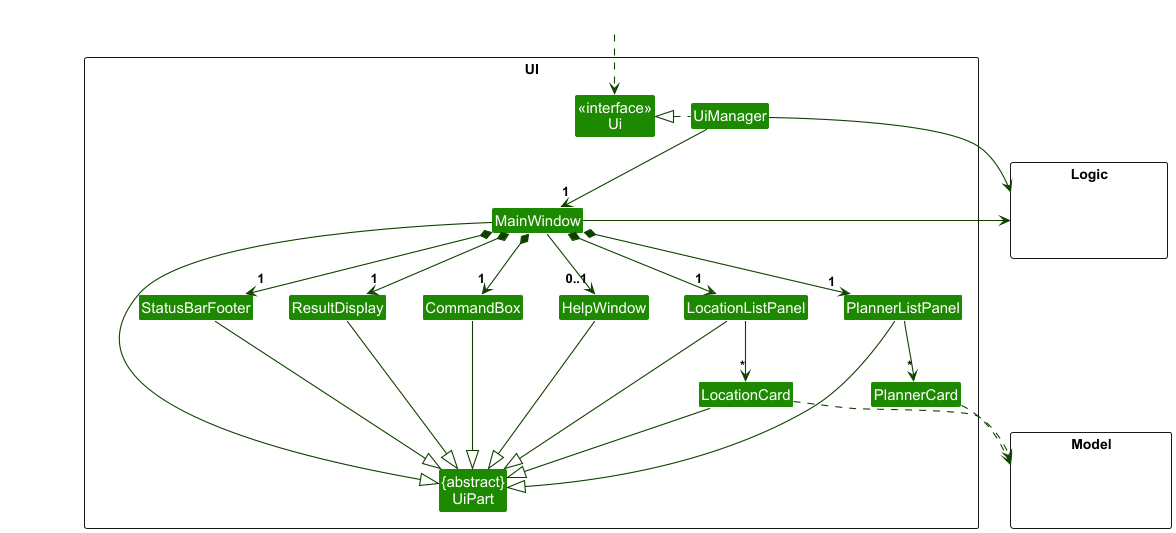
The PlantUML diagram docs/images/UiClassDiagram.png in TacoTako/tp, before a commit. Its diagram source:
```plantuml
@startuml
!include style.puml
skinparam arrowThickness 1.1
skinparam arrowColor UI_COLOR_T4
skinparam classBackgroundColor UI_COLOR

package UI <<Rectangle>>{
Class "<<interface>>\nUi" as Ui
Class "{abstract}\nUiPart" as UiPart
Class UiManager
Class MainWindow
Class HelpWindow
Class ResultDisplay
Class LocationListPanel
Class LocationCard
Class StatusBarFooter
Class CommandBox
Class PlannerCard
Class PlannerListPanel
}

package Model <<Rectangle>> {
Class HiddenModel #FFFFFF
}

package Logic <<Rectangle>> {
Class HiddenLogic #FFFFFF
}

Class HiddenOutside #FFFFFF
HiddenOutside ..> Ui

UiManager .left.|> Ui
UiManager -down-> "1" MainWindow
MainWindow *-down->  "1" CommandBox
MainWindow *-down-> "1" ResultDisplay
MainWindow *-down-> "1" LocationListPanel
MainWindow *-down-> "1" PlannerListPanel
MainWindow *-down-> "1" StatusBarFooter
MainWindow --> "0..1" HelpWindow

LocationListPanel -down-> "*" LocationCard
PlannerListPanel -down-> "*" PlannerCard

MainWindow -left-|> UiPart

ResultDisplay --|> UiPart
CommandBox --|> UiPart
LocationListPanel --|> UiPart
PlannerListPanel --|> UiPart
LocationCard --|> UiPart
StatusBarFooter --|> UiPart
HelpWindow --|> UiPart

LocationCard ..> Model
PlannerCard ..> Model
UiManager -right-> Logic
MainWindow -left-> Logic

PlannerListPanel -[hidden]left- HelpWindow
LocationListPanel -[hidden]left- HelpWindow
HelpWindow -[hidden]left- CommandBox
CommandBox -[hidden]left- ResultDisplay
ResultDisplay -[hidden]left- StatusBarFooter

MainWindow -[hidden]-|> UiPart
@enduml
```
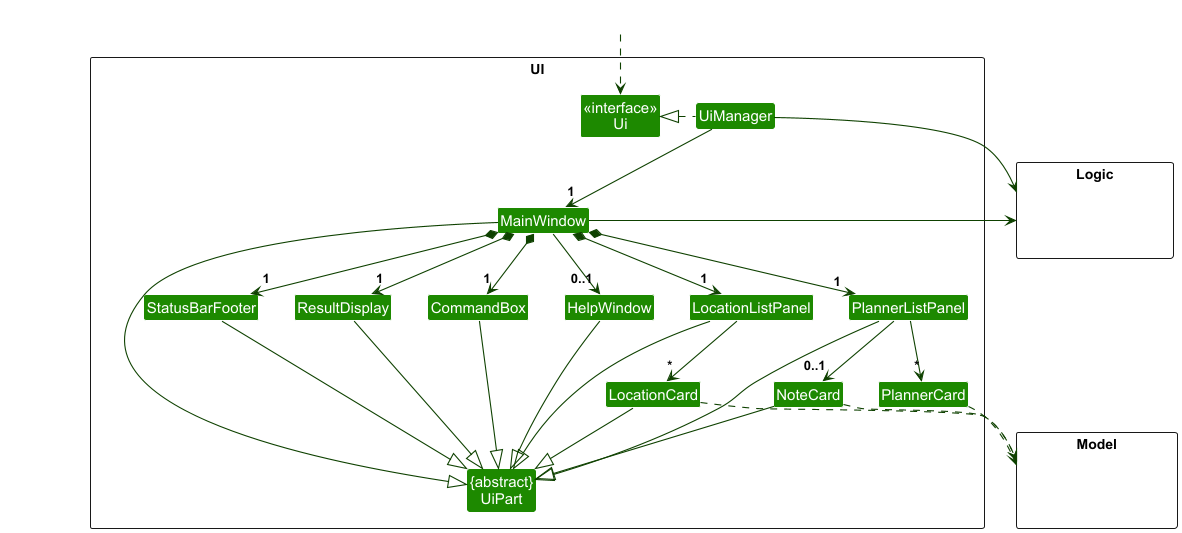
The same diagram one commit later.

The edit, as a diff of the source:
```diff
@@ -16,6 +16,7 @@
 Class StatusBarFooter
 Class CommandBox
 Class PlannerCard
+Class NoteCard
 Class PlannerListPanel
 }
 
@@ -41,6 +42,7 @@
 
 LocationListPanel -down-> "*" LocationCard
 PlannerListPanel -down-> "*" PlannerCard
+PlannerListPanel -down-> "0..1" NoteCard
 
 MainWindow -left-|> UiPart
 
@@ -49,11 +51,13 @@
 LocationListPanel --|> UiPart
 PlannerListPanel --|> UiPart
 LocationCard --|> UiPart
+NoteCard --|> UiPart
 StatusBarFooter --|> UiPart
 HelpWindow --|> UiPart
 
 LocationCard ..> Model
 PlannerCard ..> Model
+NoteCard ..> Model
 UiManager -right-> Logic
 MainWindow -left-> Logic
 
```
